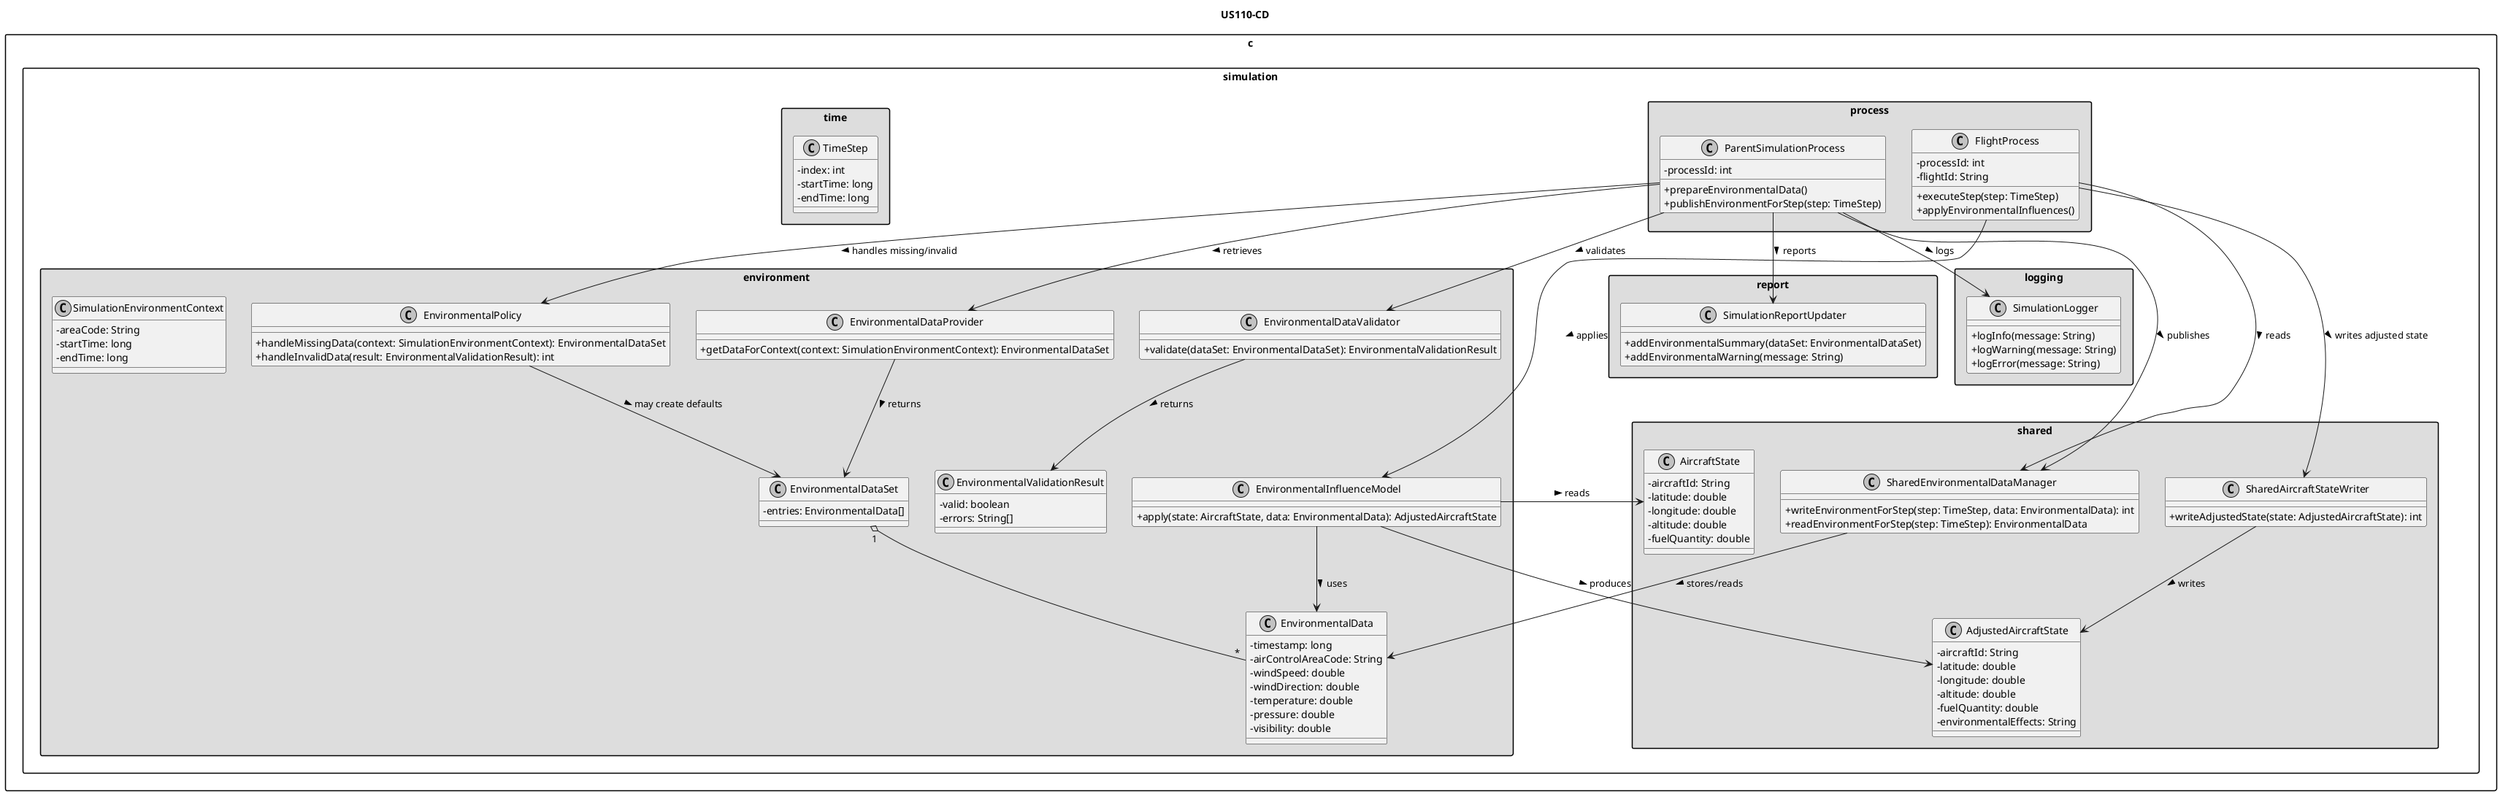
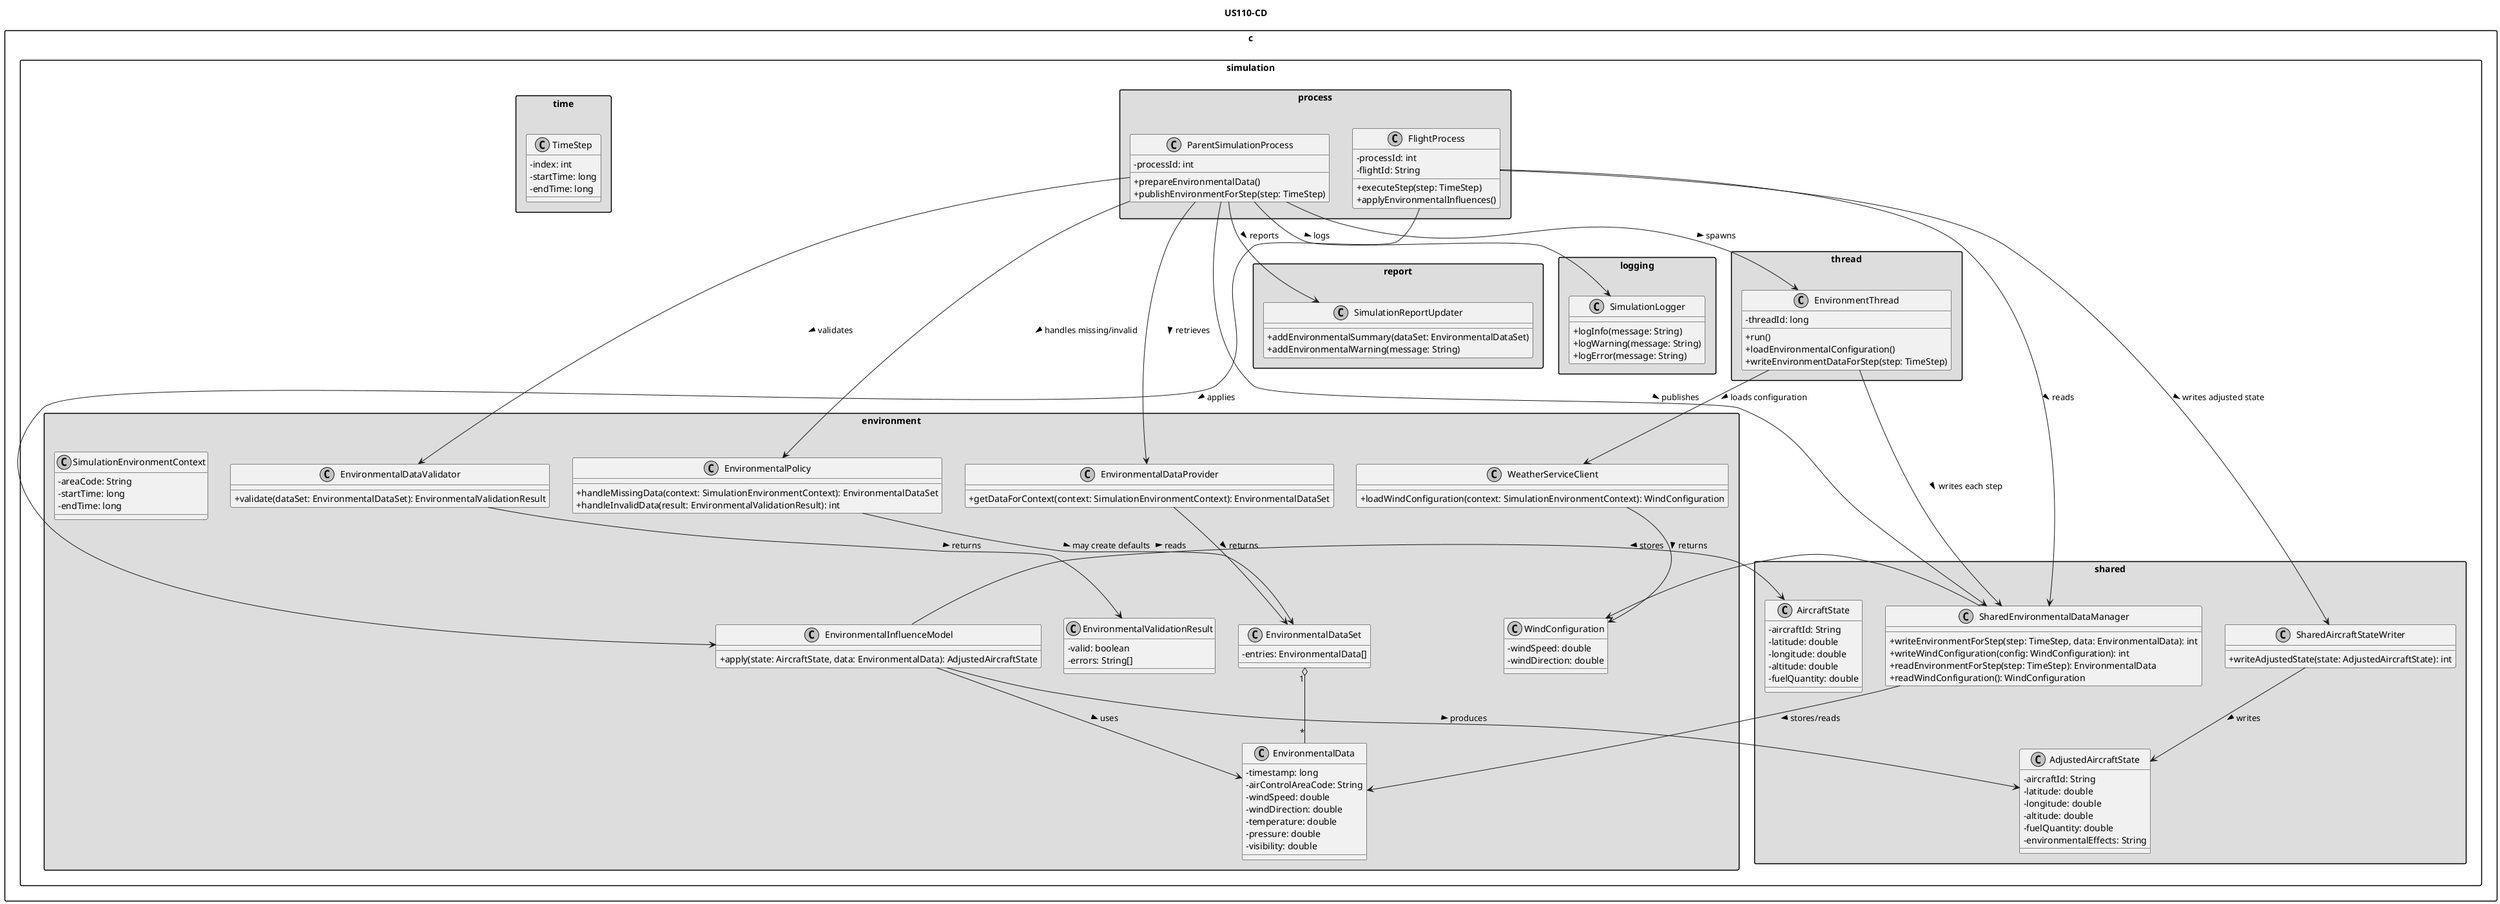
@startuml
title US110-CD

skinparam monochrome true
skinparam packageStyle rectangle
skinparam shadowing false
skinparam classAttributeIconSize 0

package "c.simulation.process" #DDDDDD {
    class ParentSimulationProcess {
        - processId: int
        + prepareEnvironmentalData()
        + publishEnvironmentForStep(step: TimeStep)
    }

    class FlightProcess {
        - processId: int
        - flightId: String
        + executeStep(step: TimeStep)
        + applyEnvironmentalInfluences()
    }
}

+ package "c.simulation.thread" #DDDDDD {
+     class EnvironmentThread {
+         - threadId: long
+         + run()
+         + loadEnvironmentalConfiguration()
+         + writeEnvironmentDataForStep(step: TimeStep)
+     }
+ }
+ 
package "c.simulation.environment" #DDDDDD {
+     class WeatherServiceClient {
+         + loadWindConfiguration(context: SimulationEnvironmentContext): WindConfiguration
+     }
+ 
+     class WindConfiguration {
+         - windSpeed: double
+         - windDirection: double
+     }
+ 
    class EnvironmentalDataProvider {
        + getDataForContext(context: SimulationEnvironmentContext): EnvironmentalDataSet
    }

    class EnvironmentalDataValidator {
        + validate(dataSet: EnvironmentalDataSet): EnvironmentalValidationResult
    }

    class EnvironmentalPolicy {
        + handleMissingData(context: SimulationEnvironmentContext): EnvironmentalDataSet
        + handleInvalidData(result: EnvironmentalValidationResult): int
    }

    class EnvironmentalDataSet {
        - entries: EnvironmentalData[]
    }

    class EnvironmentalData {
        - timestamp: long
        - airControlAreaCode: String
        - windSpeed: double
        - windDirection: double
        - temperature: double
        - pressure: double
        - visibility: double
    }

    class EnvironmentalValidationResult {
        - valid: boolean
        - errors: String[]
    }

    class EnvironmentalInfluenceModel {
        + apply(state: AircraftState, data: EnvironmentalData): AdjustedAircraftState
    }

    class SimulationEnvironmentContext {
        - areaCode: String
        - startTime: long
        - endTime: long
    }
}

package "c.simulation.shared" #DDDDDD {
    class SharedEnvironmentalDataManager {
        + writeEnvironmentForStep(step: TimeStep, data: EnvironmentalData): int
+         + writeWindConfiguration(config: WindConfiguration): int
        + readEnvironmentForStep(step: TimeStep): EnvironmentalData
+         + readWindConfiguration(): WindConfiguration
    }

    class SharedAircraftStateWriter {
        + writeAdjustedState(state: AdjustedAircraftState): int
    }

    class AircraftState {
        - aircraftId: String
        - latitude: double
        - longitude: double
        - altitude: double
        - fuelQuantity: double
    }

    class AdjustedAircraftState {
        - aircraftId: String
        - latitude: double
        - longitude: double
        - altitude: double
        - fuelQuantity: double
        - environmentalEffects: String
    }
}

package "c.simulation.time" #DDDDDD {
    class TimeStep {
        - index: int
        - startTime: long
        - endTime: long
    }
}

package "c.simulation.report" #DDDDDD {
    class SimulationReportUpdater {
        + addEnvironmentalSummary(dataSet: EnvironmentalDataSet)
        + addEnvironmentalWarning(message: String)
    }
}

package "c.simulation.logging" #DDDDDD {
    class SimulationLogger {
        + logInfo(message: String)
        + logWarning(message: String)
        + logError(message: String)
    }
}

+ ParentSimulationProcess --> EnvironmentThread : spawns >
ParentSimulationProcess --> EnvironmentalDataProvider : retrieves >
ParentSimulationProcess --> EnvironmentalDataValidator : validates >
ParentSimulationProcess --> EnvironmentalPolicy : handles missing/invalid >
ParentSimulationProcess --> SharedEnvironmentalDataManager : publishes >
ParentSimulationProcess --> SimulationReportUpdater : reports >
ParentSimulationProcess --> SimulationLogger : logs >
+ 
+ EnvironmentThread --> WeatherServiceClient : loads configuration >
+ EnvironmentThread --> SharedEnvironmentalDataManager : writes each step >
+ WeatherServiceClient --> WindConfiguration : returns >
+ SharedEnvironmentalDataManager --> WindConfiguration : stores >

FlightProcess --> SharedEnvironmentalDataManager : reads >
FlightProcess --> EnvironmentalInfluenceModel : applies >
FlightProcess --> SharedAircraftStateWriter : writes adjusted state >

EnvironmentalDataProvider --> EnvironmentalDataSet : returns >
EnvironmentalDataValidator --> EnvironmentalValidationResult : returns >
EnvironmentalPolicy --> EnvironmentalDataSet : may create defaults >
EnvironmentalDataSet "1" o-- "*" EnvironmentalData

EnvironmentalInfluenceModel --> AircraftState : reads >
EnvironmentalInfluenceModel --> EnvironmentalData : uses >
EnvironmentalInfluenceModel --> AdjustedAircraftState : produces >

SharedEnvironmentalDataManager --> EnvironmentalData : stores/reads >
SharedAircraftStateWriter --> AdjustedAircraftState : writes >

@enduml